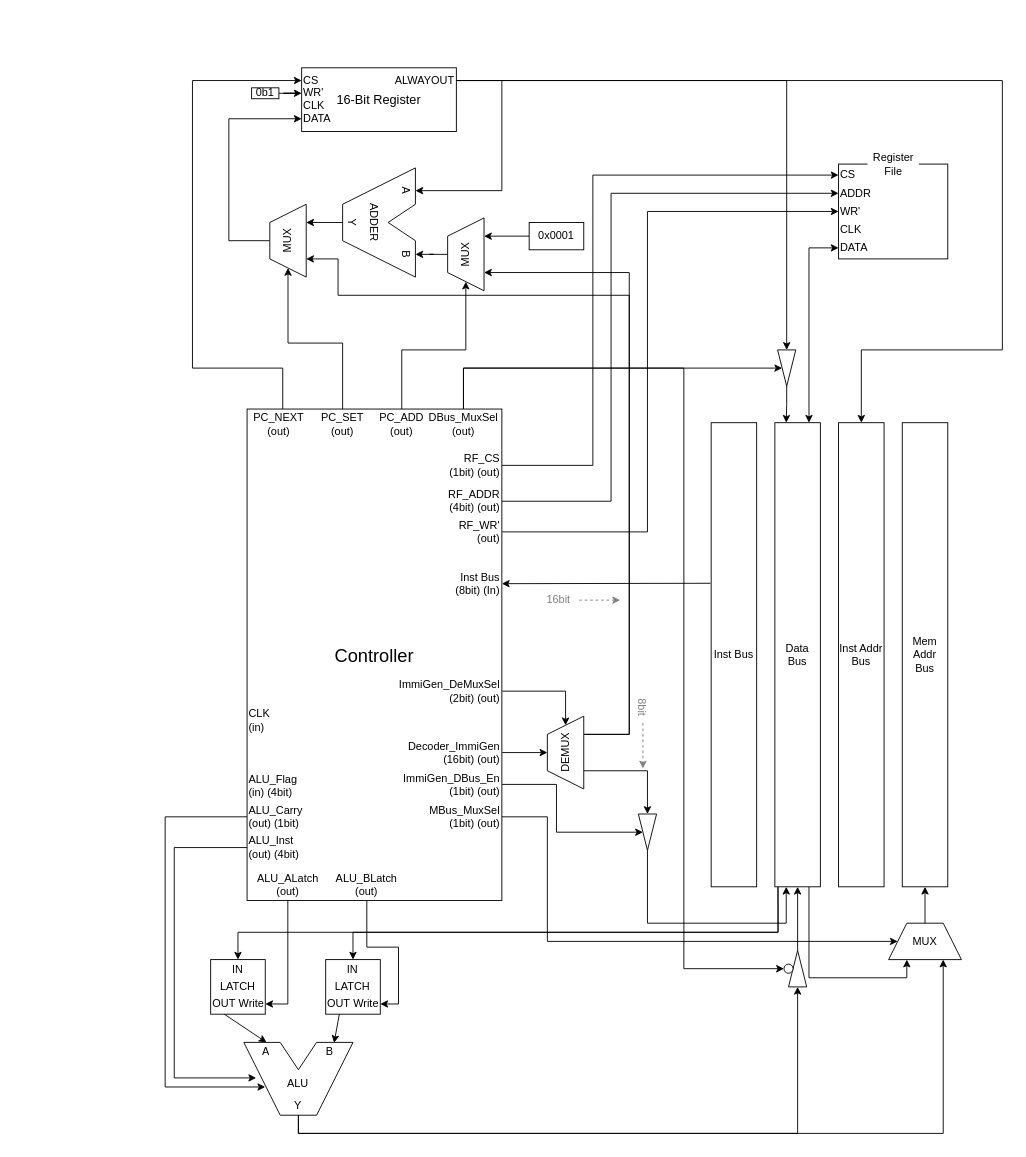
Earlier version of the draw.io diagram wa824/wa824I/docs/wa824I.drawio (BeomjunKim-3p/wach). Source tidied: cells renumbered, new cells numbered last; positions are measured from the earlier drawing's top-left corner, leaving out a move shared by most shapes. Both pictures are drawn from the tidied source at 91%, with x=0, y=0 at pixel (165, 67).
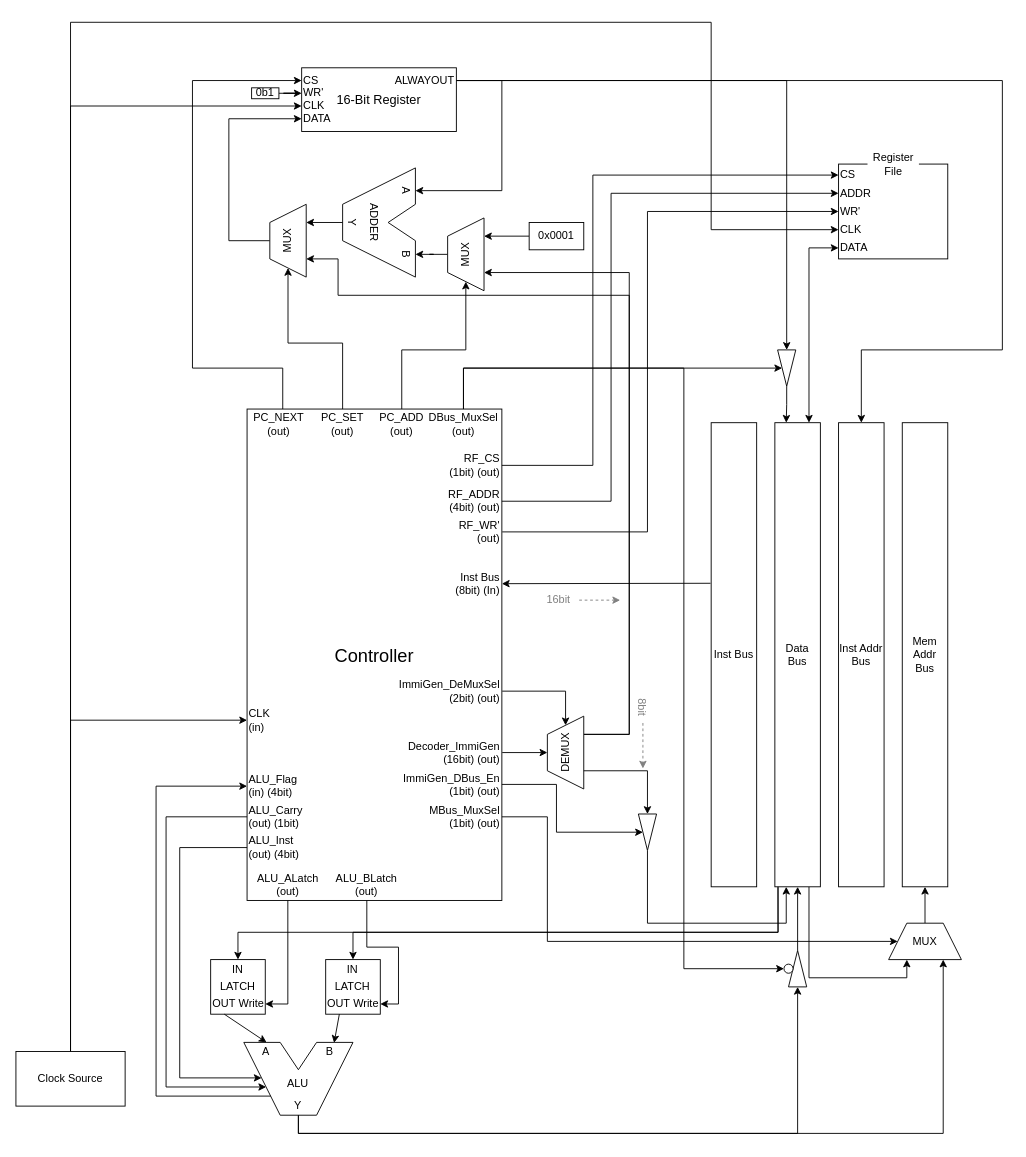
The same page after the edit.

Unchanged cells that the change refers to:
```xml
<mxCell id="34" value="CLK&lt;div&gt;(in)&lt;/div&gt;" style="text;html=1;whiteSpace=wrap;strokeColor=none;fillColor=none;align=left;verticalAlign=middle;rounded=0;" parent="1" vertex="1">
  <mxGeometry x="90" y="700" width="33.6" height="33.8" as="geometry" />
</mxCell>
<mxCell id="52" value="CLK" style="text;html=1;whiteSpace=wrap;strokeColor=none;fillColor=none;align=left;verticalAlign=middle;rounded=0;" parent="45" vertex="1">
  <mxGeometry y="67.9" width="30" height="20" as="geometry" />
</mxCell>
<mxCell id="58" value="CLK" style="text;html=1;whiteSpace=wrap;strokeColor=none;fillColor=none;align=left;verticalAlign=middle;rounded=0;" parent="54" vertex="1">
  <mxGeometry y="37" width="20" height="10" as="geometry" />
</mxCell>
<mxCell id="87" value="ALU_Inst&lt;br&gt;&lt;div&gt;(out) (4bit)&lt;/div&gt;" style="text;html=1;whiteSpace=wrap;strokeColor=none;fillColor=none;align=left;verticalAlign=middle;rounded=0;" parent="1" vertex="1">
  <mxGeometry x="90" y="840" width="72.8" height="33.8" as="geometry" />
</mxCell>
<mxCell id="89" value="ALU_Carry&lt;br&gt;&lt;div&gt;(out) (1bit)&lt;/div&gt;" style="text;html=1;whiteSpace=wrap;strokeColor=none;fillColor=none;align=left;verticalAlign=middle;rounded=0;" parent="1" vertex="1">
  <mxGeometry x="90" y="806.2" width="72.8" height="33.8" as="geometry" />
</mxCell>
<mxCell id="104" value="ALU_Flag&lt;br&gt;&lt;div&gt;(in) (4bit)&lt;/div&gt;" style="text;html=1;whiteSpace=wrap;strokeColor=none;fillColor=none;align=left;verticalAlign=middle;rounded=0;" parent="1" vertex="1">
  <mxGeometry x="90" y="772.5" width="72.8" height="33.8" as="geometry" />
</mxCell>
```

Change to the diagram source:
```diff
@@
-    <mxCell id="86" style="edgeStyle=orthogonalEdgeStyle;rounded=0;jettySize=auto;html=1;" parent="1" edge="1" source="87">
+    <mxCell id="86" style="edgeStyle=orthogonalEdgeStyle;rounded=0;jettySize=auto;html=1;exitX=0;exitY=0.5;exitDx=0;exitDy=0;" parent="1" edge="1" source="87">
       <mxGeometry relative="1" as="geometry">
-        <mxPoint x="100" y="1110" as="targetPoint" />
+        <mxPoint x="106" y="1110" as="targetPoint" />
         <Array as="points">
-          <mxPoint x="10" y="856.9" />
-          <mxPoint x="10" y="1110" />
+          <mxPoint x="16" y="856.9" />
+          <mxPoint x="16" y="1110" />
         </Array>
       </mxGeometry>
     </mxCell>
@@
-    <mxCell id="88" style="edgeStyle=orthogonalEdgeStyle;rounded=0;jettySize=auto;html=1;" parent="1" edge="1" source="89">
+    <mxCell id="88" style="edgeStyle=orthogonalEdgeStyle;rounded=0;jettySize=auto;html=1;exitX=0;exitY=0.5;exitDx=0;exitDy=0;" parent="1" edge="1" source="89">
       <mxGeometry relative="1" as="geometry">
-        <mxPoint x="110" y="1120" as="targetPoint" />
+        <mxPoint x="111" y="1120" as="targetPoint" />
         <Array as="points">
-          <mxPoint y="823.2" />
-          <mxPoint y="1120" />
+          <mxPoint x="1" y="823.1" />
+          <mxPoint x="1" y="1120" />
         </Array>
       </mxGeometry>
     </mxCell>
@@
+    <mxCell id="131" style="edgeStyle=orthogonalEdgeStyle;jettySize=auto;html=1;rounded=0;entryX=0;entryY=0.5;entryDx=0;entryDy=0;" parent="1" edge="1" target="104">
+      <mxGeometry relative="1" as="geometry">
+        <mxPoint x="116" y="1130" as="sourcePoint" />
+        <Array as="points">
+          <mxPoint x="-10" y="1130" />
+          <mxPoint x="-10" y="789.4" />
+        </Array>
+      </mxGeometry>
+    </mxCell>
+    <mxCell id="132" style="edgeStyle=orthogonalEdgeStyle;rounded=0;jettySize=auto;html=1;entryX=0;entryY=0.5;entryDx=0;entryDy=0;exitX=0.5;exitY=0;exitDx=0;exitDy=0;" parent="1" edge="1" source="135" target="34">
+      <mxGeometry relative="1" as="geometry" />
+    </mxCell>
+    <mxCell id="133" style="edgeStyle=orthogonalEdgeStyle;rounded=0;jettySize=auto;html=1;entryX=0;entryY=0.5;entryDx=0;entryDy=0;exitX=0.5;exitY=0;exitDx=0;exitDy=0;" parent="1" edge="1" source="135" target="58">
+      <mxGeometry relative="1" as="geometry" />
+    </mxCell>
+    <mxCell id="134" style="edgeStyle=orthogonalEdgeStyle;rounded=0;jettySize=auto;html=1;entryX=0;entryY=0.5;entryDx=0;entryDy=0;exitX=0.5;exitY=0;exitDx=0;exitDy=0;" parent="1" edge="1" source="135" target="52">
+      <mxGeometry relative="1" as="geometry">
+        <Array as="points">
+          <mxPoint x="-104" y="-50" />
+          <mxPoint x="600" y="-50" />
+          <mxPoint x="600" y="177.9" />
+        </Array>
+      </mxGeometry>
+    </mxCell>
+    <mxCell id="135" value="Clock Source" style="rounded=0;whiteSpace=wrap;html=1;" parent="1" vertex="1">
+      <mxGeometry x="-164" y="1081" width="120" height="60" as="geometry" />
+    </mxCell>
```
